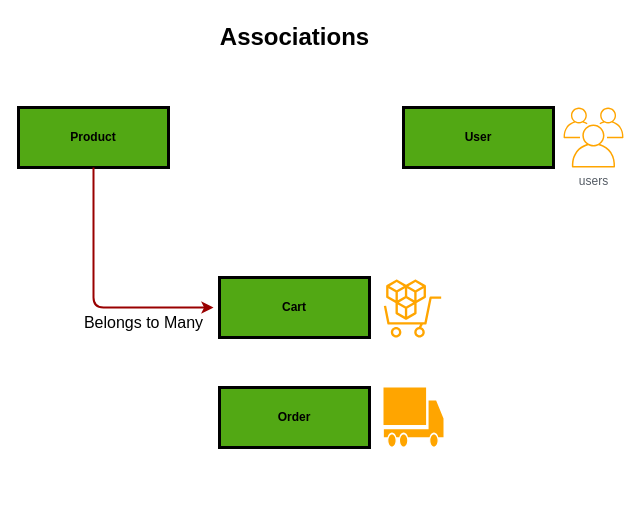
This is page "e-shop" (1 of 2) of Untitled Diagram.drawio from PhoenixYork166/Nodejs-MySQL, a draw.io file, before an edit. Source tidied: cells renumbered, new cells numbered last; positions are measured from the earlier drawing's top-left corner, leaving out a move shared by most shapes. Both pictures are drawn from the tidied source at 100%, with x=0, y=0 at pixel (18, 17).
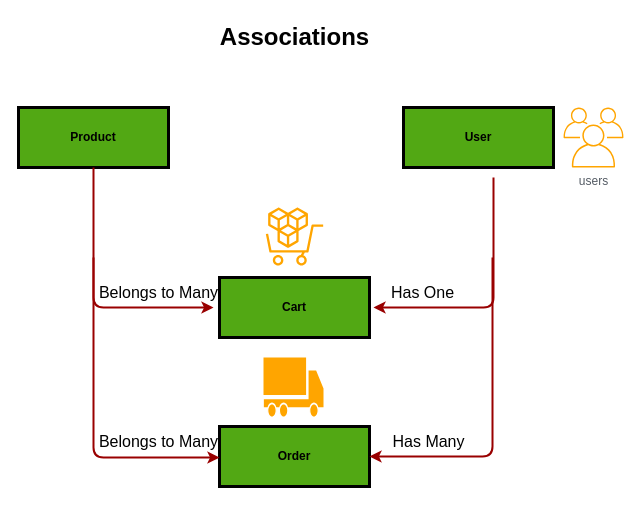
After the change.

Change to the diagram source:
```diff
@@
     <mxCell id="6" value="Belongs to Many" style="text;html=1;align=center;verticalAlign=middle;whiteSpace=wrap;rounded=0;fontSize=16;" parent="1" vertex="1">
-      <mxGeometry x="50" y="290" width="151" height="30" as="geometry" />
+      <mxGeometry x="65" y="260" width="151" height="30" as="geometry" />
     </mxCell>
     <mxCell id="7" value="Order" style="whiteSpace=wrap;align=center;color=#ffffff;verticalAlign=middle;fontStyle=1;strokeWidth=3;fillColor=#52a814;" parent="1" vertex="1">
-      <mxGeometry x="201" y="370" width="150" height="60" as="geometry" />
+      <mxGeometry x="201" y="409" width="150" height="60" as="geometry" />
     </mxCell>
@@
     <mxCell id="10" style="sketch=0;shadow=0;dashed=0;html=1;strokeColor=none;fillColor=#FFA500;labelPosition=center;verticalLabelPosition=bottom;verticalAlign=top;align=center;shape=mxgraph.veeam2.transport;" parent="1" vertex="1">
-      <mxGeometry x="365" y="370" width="60" height="61" as="geometry" />
+      <mxGeometry x="245" y="340" width="60" height="61" as="geometry" />
     </mxCell>
     <mxCell id="11" style="sketch=0;fontColor=#232F3E;gradientColor=none;fillColor=#FFA500;strokeColor=none;dashed=0;verticalLabelPosition=bottom;verticalAlign=top;align=center;html=1;fontSize=12;fontStyle=0;shape=mxgraph.aws4.marketplace;" parent="1" vertex="1">
-      <mxGeometry x="365" y="262" width="58" height="58" as="geometry" />
+      <mxGeometry x="247" y="190" width="58" height="58" as="geometry" />
     </mxCell>
+    <mxCell id="12" style="edgeStyle=elbowEdgeStyle;elbow=vertical;strokeColor=#990000;strokeWidth=2;" parent="1" edge="1">
+      <mxGeometry relative="1" as="geometry">
+        <mxPoint x="475" y="160" as="sourcePoint" />
+        <mxPoint x="355" y="290" as="targetPoint" />
+        <Array as="points">
+          <mxPoint x="415" y="290" />
+        </Array>
+      </mxGeometry>
+    </mxCell>
+    <mxCell id="13" value="Has One" style="text;html=1;align=center;verticalAlign=middle;whiteSpace=wrap;rounded=0;fontSize=16;" parent="1" vertex="1">
+      <mxGeometry x="329" y="260" width="151" height="30" as="geometry" />
+    </mxCell>
+    <mxCell id="14" style="edgeStyle=elbowEdgeStyle;elbow=vertical;strokeColor=#990000;strokeWidth=2;entryX=1;entryY=0.5;entryDx=0;entryDy=0;" parent="1" edge="1" target="7">
+      <mxGeometry relative="1" as="geometry">
+        <mxPoint x="474" y="240" as="sourcePoint" />
+        <Array as="points">
+          <mxPoint x="479" y="439" />
+        </Array>
+      </mxGeometry>
+    </mxCell>
+    <mxCell id="15" style="edgeStyle=elbowEdgeStyle;elbow=vertical;strokeColor=#990000;strokeWidth=2;" parent="1" edge="1">
+      <mxGeometry relative="1" as="geometry">
+        <mxPoint x="75" y="240" as="sourcePoint" />
+        <mxPoint x="201" y="440.5" as="targetPoint" />
+        <Array as="points">
+          <mxPoint x="85" y="440" />
+        </Array>
+      </mxGeometry>
+    </mxCell>
+    <mxCell id="16" value="Belongs to Many" style="text;html=1;align=center;verticalAlign=middle;whiteSpace=wrap;rounded=0;fontSize=16;" parent="1" vertex="1">
+      <mxGeometry x="65" y="409" width="151" height="30" as="geometry" />
+    </mxCell>
+    <mxCell id="17" value="Has Many" style="text;html=1;align=center;verticalAlign=middle;whiteSpace=wrap;rounded=0;fontSize=16;" parent="1" vertex="1">
+      <mxGeometry x="335" y="409" width="151" height="30" as="geometry" />
+    </mxCell>
```
